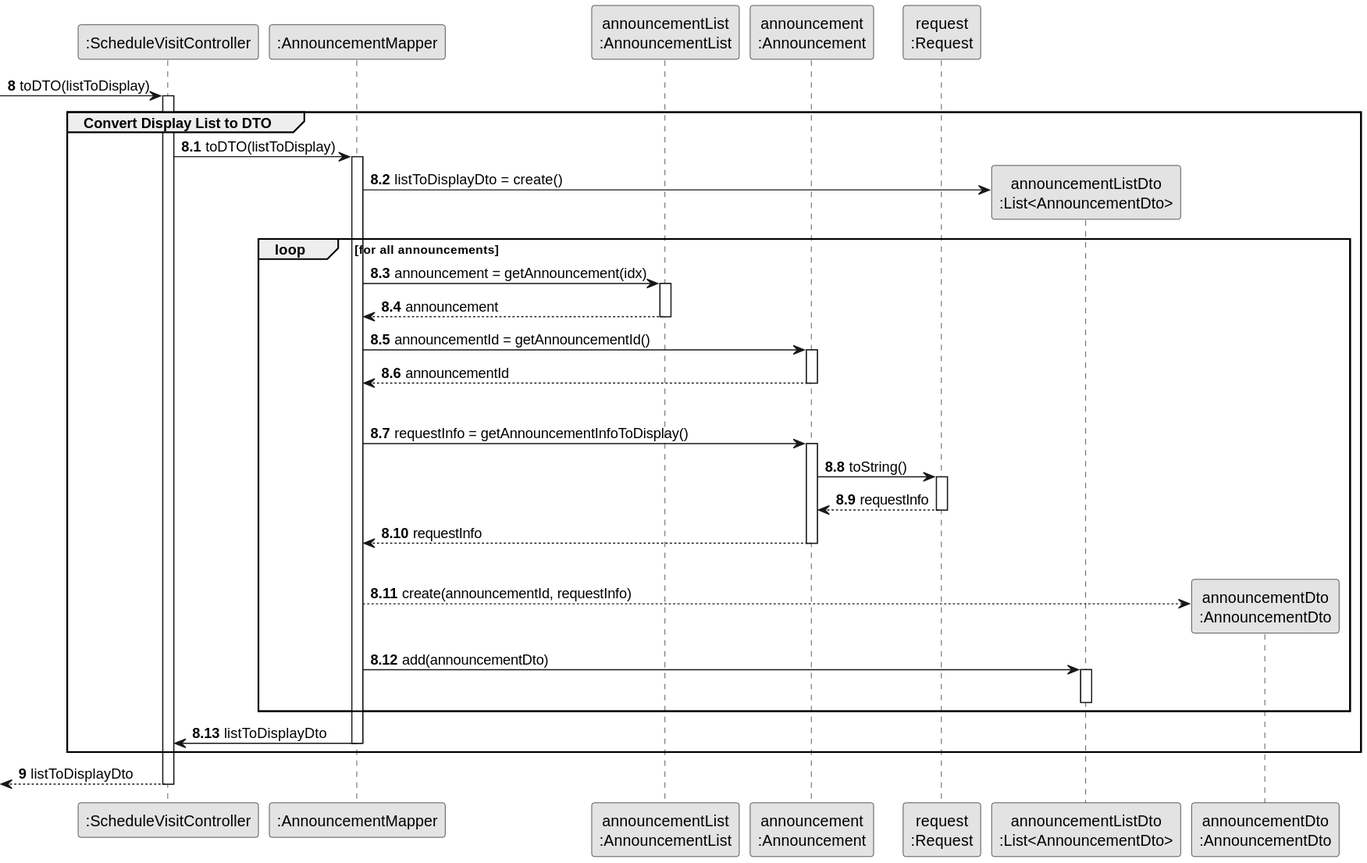
The PlantUML diagram docs/sprintC/us009/03.design/svg/us009-sequence-diagram-partial-convert-display-list-to-DTO.svg in rita-barbosa/LAPR2-2223, before a commit. Its diagram source:
```plantuml
@startuml
skinparam monochrome true
skinparam packageStyle rectangle
skinparam shadowing false


participant ":ScheduleVisitController" as CTRL
participant ":AnnouncementMapper" as MAPPER
participant "announcementList\n:AnnouncementList" as LISTCLASS
participant "announcement\n:Announcement" as ANNOUNCE
participant "request\n:Request" as REQUEST
participant "announcementListDto\n:List<AnnouncementDto>" as LISTDTO
participant "announcementDto\n:AnnouncementDto" as ANCDTO


autonumber 8

 -> CTRL : toDTO(listToDisplay)

activate CTRL

    autonumber 8.1

    group Convert Display List to DTO

        CTRL -> MAPPER : toDTO(listToDisplay)
        activate MAPPER

        MAPPER -> LISTDTO** : listToDisplayDto = create()

        loop for all announcements

        MAPPER -> LISTCLASS : announcement = getAnnouncement(idx)
        activate LISTCLASS

            LISTCLASS --> MAPPER : announcement
        deactivate LISTCLASS

        MAPPER -> ANNOUNCE : announcementId = getAnnouncementId()
        activate ANNOUNCE

        ANNOUNCE --> MAPPER : announcementId
        deactivate ANNOUNCE
|||
        MAPPER -> ANNOUNCE : requestInfo = getAnnouncementInfoToDisplay()
        activate ANNOUNCE

            ANNOUNCE -> REQUEST : toString()
            activate REQUEST

                REQUEST --> ANNOUNCE : requestInfo
            deactivate REQUEST

            ANNOUNCE --> MAPPER : requestInfo
        deactivate ANNOUNCE
|||

        MAPPER --> ANCDTO**: create(announcementId, requestInfo)

        MAPPER -> LISTDTO : add(announcementDto)
        activate LISTDTO
        deactivate LISTDTO

        end loop

        MAPPER -> CTRL : listToDisplayDto
        deactivate MAPPER

    end group

    autonumber 9
    <-- CTRL  : listToDisplayDto
deactivate CTRL
@enduml
```
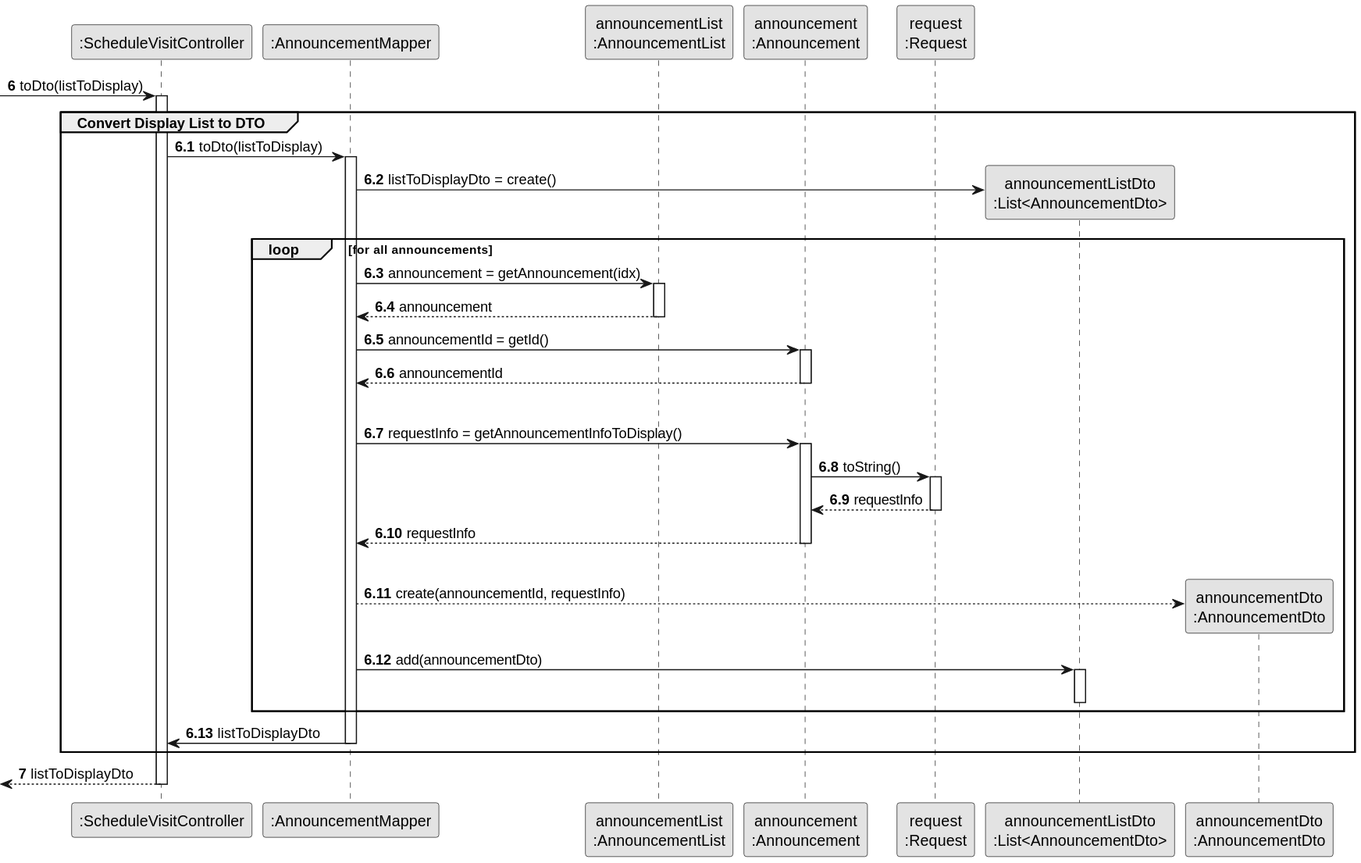
After the change.

Change to the diagram source:
```diff
@@ -13,17 +13,17 @@
 participant "announcementDto\n:AnnouncementDto" as ANCDTO
 
 
-autonumber 8
+autonumber 6
 
- -> CTRL : toDTO(listToDisplay)
+ -> CTRL : toDto(listToDisplay)
 
 activate CTRL
 
-    autonumber 8.1
+    autonumber 6.1
 
     group Convert Display List to DTO
 
-        CTRL -> MAPPER : toDTO(listToDisplay)
+        CTRL -> MAPPER : toDto(listToDisplay)
         activate MAPPER
 
         MAPPER -> LISTDTO** : listToDisplayDto = create()
@@ -36,7 +36,7 @@
             LISTCLASS --> MAPPER : announcement
         deactivate LISTCLASS
 
-        MAPPER -> ANNOUNCE : announcementId = getAnnouncementId()
+        MAPPER -> ANNOUNCE : announcementId = getId()
         activate ANNOUNCE
 
         ANNOUNCE --> MAPPER : announcementId
@@ -68,7 +68,7 @@
 
     end group
 
-    autonumber 9
+    autonumber 7
     <-- CTRL  : listToDisplayDto
 deactivate CTRL
 @enduml
```
